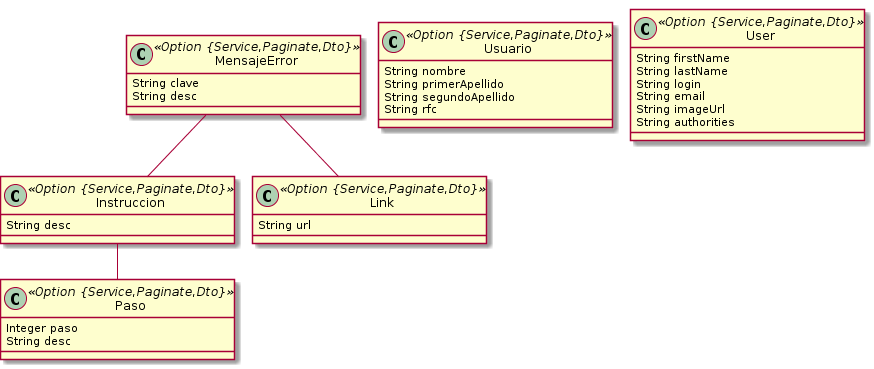
This is entities.png from salsa-community/kbase, a PlantUML export, as it was before one commit.
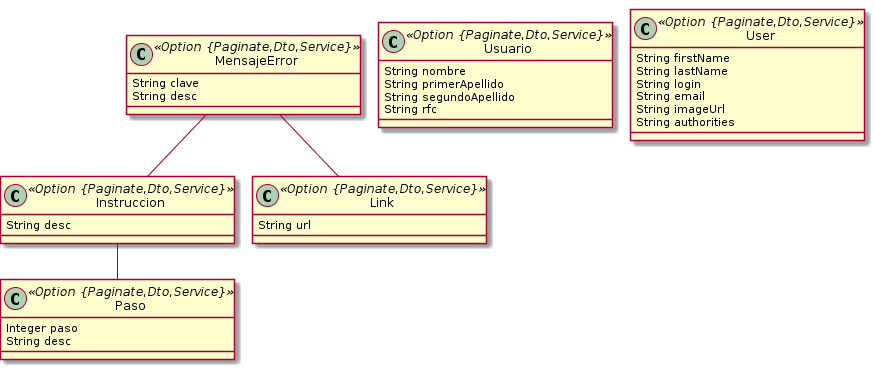
After the commit.

Diff of the diagram source:
```diff
@@ -1,21 +1,21 @@
 @startuml
 	!pragma graphviz_dot jdot
 	!pragma syntax class
-	class MensajeError <<Option {Service,Paginate,Dto}>> {
+	class MensajeError <<Option {Paginate,Dto,Service}>> {
 		String clave
 		String desc
 	}
-	class Instruccion <<Option {Service,Paginate,Dto}>> {
+	class Instruccion <<Option {Paginate,Dto,Service}>> {
 		String desc
 	}
-	class Link <<Option {Service,Paginate,Dto}>> {
+	class Link <<Option {Paginate,Dto,Service}>> {
 		String url
 	}
-	class Paso <<Option {Service,Paginate,Dto}>> {
+	class Paso <<Option {Paginate,Dto,Service}>> {
 		Integer paso
 		String desc
 	}
-	class Usuario <<Option {Service,Paginate,Dto}>> {
+	class Usuario <<Option {Paginate,Dto,Service}>> {
 		String nombre
 		String primerApellido
 		String segundoApellido
@@ -24,7 +24,7 @@
 	MensajeError  "instruccion 0..1 " -- "0..1 "  Instruccion
 	MensajeError  "links 0..1 " --o "0..* "  Link
 	Instruccion  "pasos 0..1 " --o "0..* "  Paso
-	class User <<Option {Service,Paginate,Dto}>> {
+	class User <<Option {Paginate,Dto,Service}>> {
 		String firstName
 		String lastName
 		String login
```
